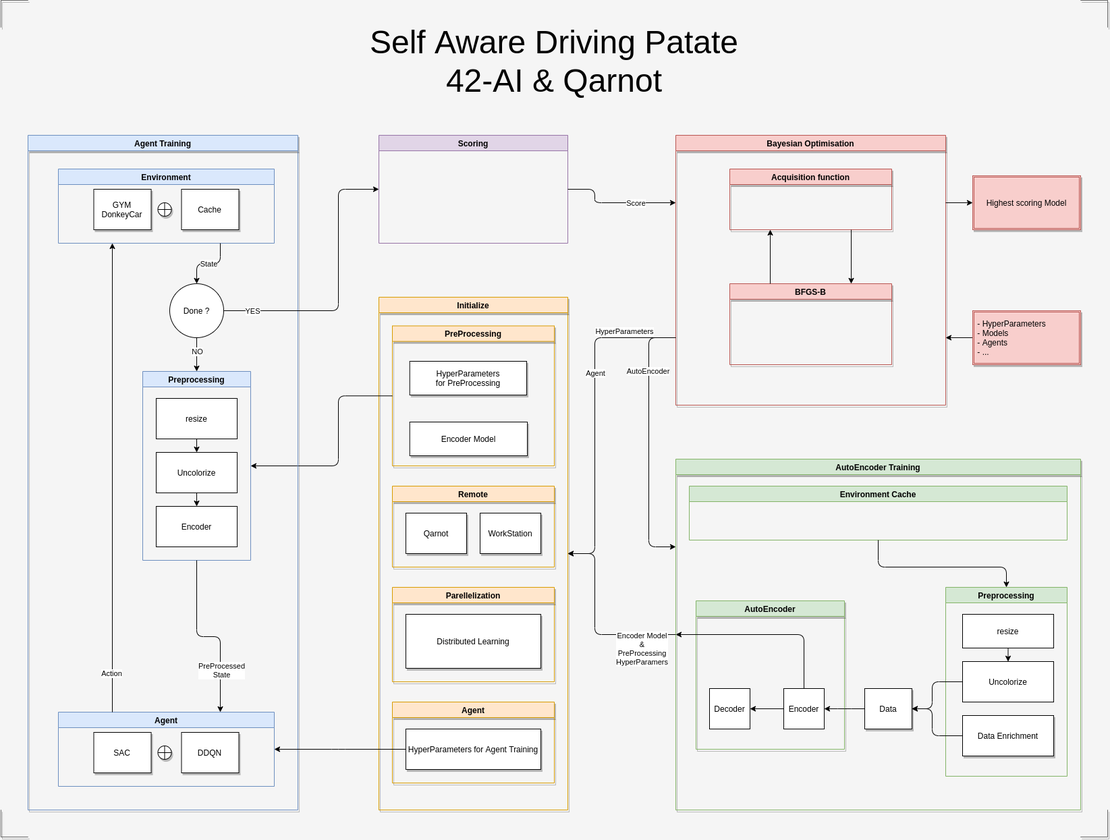
Earlier version of the draw.io export Documentation/Overview.png (JBarmentlo/Self-Aware-Driving-Patate). Source tidied: cells renumbered, new cells last; positions are measured from the earlier drawing's top-left corner, leaving out a move shared by most shapes.
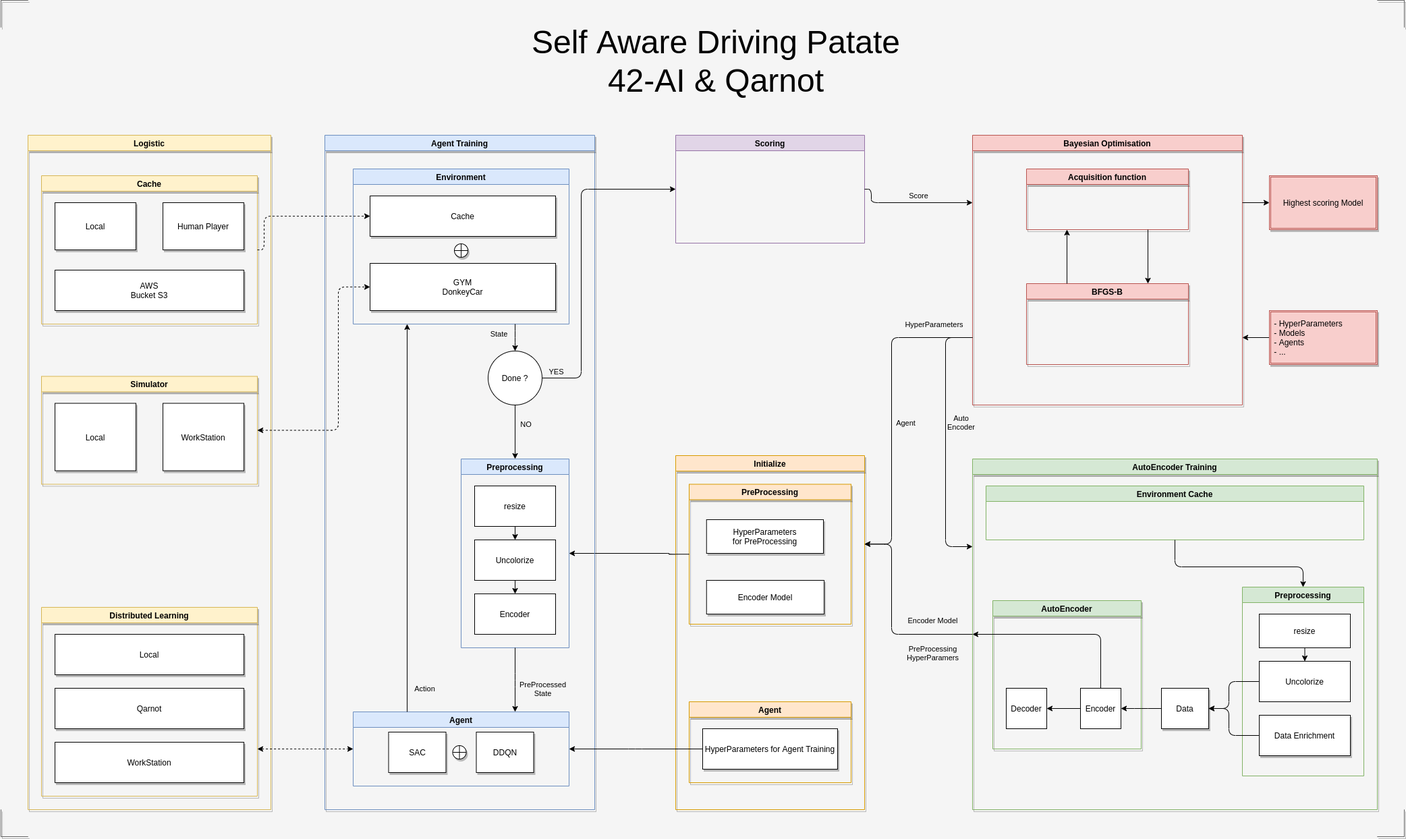
The same diagram one commit later.

Commit message:
Documentation with Logistic part, + gitignore

Change to the diagram source:
```diff
@@ -6,10 +6,10 @@
       <mxGeometry x="560" y="200" width="280" height="160" as="geometry" />
     </mxCell>
     <mxCell id="3" value="Initialize" style="swimlane;shadow=1;fillColor=#ffe6cc;strokeColor=#d79b00;" parent="1" vertex="1">
-      <mxGeometry x="560" y="440" width="280" height="760" as="geometry" />
+      <mxGeometry x="560" y="675" width="280" height="525" as="geometry" />
     </mxCell>
     <mxCell id="4" value="Agent" style="swimlane;shadow=1;fillColor=#ffe6cc;strokeColor=#d79b00;" parent="3" vertex="1">
-      <mxGeometry x="20" y="600" width="240" height="120" as="geometry" />
+      <mxGeometry x="20" y="365" width="240" height="120" as="geometry" />
     </mxCell>
     <mxCell id="5" value="&lt;span&gt;HyperParameters for Agent Training&lt;/span&gt;" style="whiteSpace=wrap;html=1;shadow=1;" parent="4" vertex="1">
       <mxGeometry x="20" y="40" width="200" height="60" as="geometry" />
@@ -23,25 +23,10 @@
     <mxCell id="8" value="Encoder Model" style="whiteSpace=wrap;html=1;shadow=1;" parent="6" vertex="1">
       <mxGeometry x="25.8" y="142.5" width="174.2" height="50" as="geometry" />
     </mxCell>
-    <mxCell id="9" value="Remote" style="swimlane;shadow=1;fillColor=#ffe6cc;strokeColor=#d79b00;" parent="3" vertex="1">
-      <mxGeometry x="20" y="280" width="240" height="120" as="geometry" />
-    </mxCell>
-    <mxCell id="10" value="&lt;span&gt;Qarnot&lt;/span&gt;" style="whiteSpace=wrap;html=1;shadow=1;" parent="9" vertex="1">
-      <mxGeometry x="20" y="40" width="90" height="60" as="geometry" />
-    </mxCell>
-    <mxCell id="11" value="&lt;span&gt;WorkStation&lt;/span&gt;" style="whiteSpace=wrap;html=1;shadow=1;" parent="9" vertex="1">
-      <mxGeometry x="130" y="40" width="90" height="60" as="geometry" />
-    </mxCell>
-    <mxCell id="12" value="Parellelization" style="swimlane;shadow=1;fillColor=#ffe6cc;strokeColor=#d79b00;" parent="3" vertex="1">
-      <mxGeometry x="20" y="430" width="240" height="140" as="geometry" />
-    </mxCell>
-    <mxCell id="13" value="&lt;span&gt;Distributed Learning&lt;/span&gt;" style="whiteSpace=wrap;html=1;shadow=1;" parent="12" vertex="1">
-      <mxGeometry x="20" y="40" width="200" height="80" as="geometry" />
-    </mxCell>
     <mxCell id="14" style="edgeStyle=elbowEdgeStyle;elbow=horizontal;endArrow=classic;html=1;exitX=0;exitY=0.5;exitDx=0;exitDy=0;entryX=1;entryY=0.5;entryDx=0;entryDy=0;" parent="1" edge="1" source="6" target="34">
       <mxGeometry relative="1" as="geometry">
         <Array as="points">
-          <mxPoint x="500" y="670" />
+          <mxPoint x="550" y="700" />
         </Array>
       </mxGeometry>
     </mxCell>
@@ -60,34 +45,35 @@
     <mxCell id="19" style="endArrow=classic;html=1;exitX=0.75;exitY=1;exitDx=0;exitDy=0;entryX=0.75;entryY=0;entryDx=0;entryDy=0;" parent="15" edge="1" source="16" target="17">
       <mxGeometry relative="1" as="geometry" />
     </mxCell>
-    <mxCell id="20" style="edgeStyle=elbowEdgeStyle;elbow=horizontal;endArrow=classic;html=1;entryX=1;entryY=0.5;entryDx=0;entryDy=0;exitX=0;exitY=0.75;exitDx=0;exitDy=0;" parent="1" edge="1" source="15" target="3">
+    <mxCell id="20" style="edgeStyle=elbowEdgeStyle;elbow=horizontal;endArrow=classic;html=1;exitX=0;exitY=0.75;exitDx=0;exitDy=0;entryX=1;entryY=0.25;entryDx=0;entryDy=0;" parent="1" edge="1" source="15" target="3">
       <mxGeometry relative="1" as="geometry">
         <Array as="points">
           <mxPoint x="880" y="700" />
         </Array>
       </mxGeometry>
     </mxCell>
-    <mxCell id="21" value="HyperParameters" style="edgeLabel;html=1;align=center;verticalAlign=middle;" parent="20" vertex="1">
+    <mxCell id="21" value="HyperParameters" style="edgeLabel;html=1;align=center;verticalAlign=middle;labelBackgroundColor=none;" parent="20" vertex="1">
       <mxGeometry x="-0.71" relative="1" as="geometry">
-        <mxPoint x="-7" y="-10" as="offset" />
+        <mxPoint x="10" y="-20" as="offset" />
       </mxGeometry>
     </mxCell>
-    <mxCell id="22" value="Agent" style="edgeLabel;html=1;align=center;verticalAlign=middle;" parent="20" vertex="1">
+    <mxCell id="22" value="Agent" style="edgeLabel;html=1;align=center;verticalAlign=middle;labelBackgroundColor=none;" parent="20" vertex="1">
       <mxGeometry x="-0.45" y="-3" relative="1" as="geometry">
-        <mxPoint x="3" y="41" as="offset" />
+        <mxPoint x="23" y="118" as="offset" />
       </mxGeometry>
     </mxCell>
     <mxCell id="23" style="edgeStyle=elbowEdgeStyle;elbow=horizontal;endArrow=classic;html=1;exitX=1;exitY=0.5;exitDx=0;exitDy=0;entryX=0;entryY=0.25;entryDx=0;entryDy=0;" parent="1" edge="1" source="2" target="15">
       <mxGeometry relative="1" as="geometry">
         <Array as="points">
+          <mxPoint x="850" y="290" />
           <mxPoint x="880" y="310" />
           <mxPoint x="880" y="320" />
         </Array>
       </mxGeometry>
     </mxCell>
-    <mxCell id="24" value="Score" style="edgeLabel;html=1;align=center;verticalAlign=middle;" parent="23" vertex="1">
+    <mxCell id="24" value="Score" style="edgeLabel;html=1;align=center;verticalAlign=middle;labelBackgroundColor=none;" parent="23" vertex="1">
       <mxGeometry x="0.67" y="2" relative="1" as="geometry">
-        <mxPoint x="-30" y="2" as="offset" />
+        <mxPoint x="-51" y="-8" as="offset" />
       </mxGeometry>
     </mxCell>
     <mxCell id="25" style="endArrow=classic;html=1;entryX=1;entryY=0.75;entryDx=0;entryDy=0;exitX=0;exitY=0.5;exitDx=0;exitDy=0;" parent="1" edge="1" source="28" target="15">
@@ -106,19 +92,19 @@
       <mxGeometry x="40" y="200" width="400" height="1000" as="geometry" />
     </mxCell>
     <mxCell id="30" value="Environment" style="swimlane;fillColor=#dae8fc;strokeColor=#6c8ebf;" parent="29" vertex="1">
-      <mxGeometry x="45" y="50" width="320" height="110" as="geometry" />
+      <mxGeometry x="42" y="50" width="320" height="230" as="geometry" />
     </mxCell>
     <mxCell id="31" value="Cache" style="whiteSpace=wrap;html=1;shadow=1;" parent="30" vertex="1">
-      <mxGeometry x="182.5" y="30" width="85" height="60" as="geometry" />
+      <mxGeometry x="25" y="40" width="275" height="60" as="geometry" />
     </mxCell>
     <mxCell id="32" value="GYM&lt;br&gt;DonkeyCar" style="whiteSpace=wrap;html=1;shadow=1;" parent="30" vertex="1">
-      <mxGeometry x="52.5" y="30" width="85" height="60" as="geometry" />
+      <mxGeometry x="25" y="140" width="275" height="70" as="geometry" />
     </mxCell>
     <mxCell id="33" style="shape=orEllipse;perimeter=ellipsePerimeter;whiteSpace=wrap;html=1;backgroundOutline=1;shadow=1;" parent="30" vertex="1">
-      <mxGeometry x="147.5" y="50" width="20" height="20" as="geometry" />
+      <mxGeometry x="150" y="111" width="20" height="20" as="geometry" />
     </mxCell>
     <mxCell id="34" value="Preprocessing" style="swimlane;fillColor=#dae8fc;strokeColor=#6c8ebf;" parent="29" vertex="1">
-      <mxGeometry x="170" y="350" width="160" height="280" as="geometry" />
+      <mxGeometry x="202" y="480" width="160" height="280" as="geometry" />
     </mxCell>
     <mxCell id="35" value="Encoder" style="whiteSpace=wrap;html=1;" parent="34" vertex="1">
       <mxGeometry x="20" y="200" width="120" height="60" as="geometry" />
@@ -136,26 +122,26 @@
       <mxGeometry relative="1" as="geometry" />
     </mxCell>
     <mxCell id="40" value="Done ?" style="ellipse;whiteSpace=wrap;html=1;" parent="29" vertex="1">
-      <mxGeometry x="210" y="220" width="80" height="80" as="geometry" />
+      <mxGeometry x="242" y="320" width="80" height="80" as="geometry" />
     </mxCell>
     <mxCell id="41" style="endArrow=classic;html=1;exitX=0.5;exitY=1;exitDx=0;exitDy=0;entryX=0.5;entryY=0;entryDx=0;entryDy=0;" parent="29" edge="1" source="40" target="34">
       <mxGeometry relative="1" as="geometry" />
     </mxCell>
-    <mxCell id="42" value="NO" style="edgeLabel;html=1;align=center;verticalAlign=middle;" parent="41" vertex="1">
+    <mxCell id="42" value="NO" style="edgeLabel;html=1;align=center;verticalAlign=middle;labelBackgroundColor=none;" parent="41" vertex="1">
       <mxGeometry x="-0.44" y="1" relative="1" as="geometry">
-        <mxPoint x="-1" y="6" as="offset" />
+        <mxPoint x="14" y="6" as="offset" />
       </mxGeometry>
     </mxCell>
     <mxCell id="43" style="edgeStyle=elbowEdgeStyle;elbow=vertical;endArrow=classic;html=1;exitX=0.75;exitY=1;exitDx=0;exitDy=0;entryX=0.5;entryY=0;entryDx=0;entryDy=0;" parent="29" edge="1" source="30" target="40">
       <mxGeometry relative="1" as="geometry" />
     </mxCell>
-    <mxCell id="44" value="State" style="edgeLabel;html=1;align=center;verticalAlign=middle;" parent="43" vertex="1">
+    <mxCell id="44" value="State" style="edgeLabel;html=1;align=center;verticalAlign=middle;labelBackgroundColor=none;" parent="43" vertex="1">
       <mxGeometry x="-0.2" y="2" relative="1" as="geometry">
-        <mxPoint x="-10" y="-2" as="offset" />
+        <mxPoint x="-27" y="-2" as="offset" />
       </mxGeometry>
     </mxCell>
     <mxCell id="45" value="Agent" style="swimlane;fillColor=#dae8fc;strokeColor=#6c8ebf;" parent="29" vertex="1">
-      <mxGeometry x="45" y="855" width="320" height="110" as="geometry" />
+      <mxGeometry x="42" y="855" width="320" height="110" as="geometry" />
     </mxCell>
     <mxCell id="46" value="DDQN" style="whiteSpace=wrap;html=1;shadow=1;" parent="45" vertex="1">
       <mxGeometry x="182.5" y="30" width="85" height="60" as="geometry" />
@@ -169,14 +155,18 @@
     <mxCell id="49" style="endArrow=classic;html=1;exitX=0.25;exitY=0;exitDx=0;exitDy=0;entryX=0.25;entryY=1;entryDx=0;entryDy=0;" parent="29" edge="1" source="45" target="30">
       <mxGeometry relative="1" as="geometry" />
     </mxCell>
-    <mxCell id="50" value="Action" style="edgeLabel;html=1;align=center;verticalAlign=middle;" parent="49" vertex="1">
-      <mxGeometry x="-0.84" y="2" relative="1" as="geometry" />
+    <mxCell id="50" value="Action" style="edgeLabel;html=1;align=center;verticalAlign=middle;labelBackgroundColor=none;" parent="49" vertex="1">
+      <mxGeometry x="-0.84" y="2" relative="1" as="geometry">
+        <mxPoint x="27" y="12" as="offset" />
+      </mxGeometry>
     </mxCell>
     <mxCell id="51" style="edgeStyle=elbowEdgeStyle;elbow=vertical;endArrow=classic;html=1;exitX=0.5;exitY=1;exitDx=0;exitDy=0;entryX=0.75;entryY=0;entryDx=0;entryDy=0;" parent="29" edge="1" source="34" target="45">
       <mxGeometry relative="1" as="geometry" />
     </mxCell>
-    <mxCell id="52" value="PreProcessed&lt;br&gt;State" style="edgeLabel;html=1;align=center;verticalAlign=middle;" parent="51" vertex="1">
-      <mxGeometry x="0.52" y="1" relative="1" as="geometry" />
+    <mxCell id="52" value="PreProcessed&lt;br&gt;State" style="edgeLabel;html=1;align=center;verticalAlign=middle;labelBackgroundColor=none;" parent="51" vertex="1">
+      <mxGeometry x="0.52" y="1" relative="1" as="geometry">
+        <mxPoint x="39" y="-12" as="offset" />
+      </mxGeometry>
     </mxCell>
     <mxCell id="53" value="AutoEncoder Training" style="swimlane;shadow=1;fillColor=#d5e8d4;strokeColor=#82b366;" parent="1" vertex="1">
       <mxGeometry x="1000" y="680" width="600" height="520" as="geometry" />
@@ -258,21 +248,21 @@
         </Array>
       </mxGeometry>
     </mxCell>
-    <mxCell id="71" value="AutoEncoder" style="edgeLabel;html=1;align=center;verticalAlign=middle;" parent="70" vertex="1">
+    <mxCell id="71" value="Auto&lt;br&gt;Encoder" style="edgeLabel;html=1;align=center;verticalAlign=middle;labelBackgroundColor=none;" parent="70" vertex="1">
       <mxGeometry x="-0.64" y="-2" relative="1" as="geometry">
-        <mxPoint y="19" as="offset" />
+        <mxPoint x="24" y="95" as="offset" />
       </mxGeometry>
     </mxCell>
-    <mxCell id="72" style="edgeStyle=elbowEdgeStyle;elbow=horizontal;endArrow=classic;html=1;exitX=0;exitY=0.5;exitDx=0;exitDy=0;entryX=1;entryY=0.5;entryDx=0;entryDy=0;" parent="1" edge="1" source="53" target="3">
+    <mxCell id="72" style="edgeStyle=elbowEdgeStyle;elbow=horizontal;endArrow=classic;html=1;exitX=0;exitY=0.5;exitDx=0;exitDy=0;entryX=1;entryY=0.25;entryDx=0;entryDy=0;" parent="1" edge="1" source="53" target="3">
       <mxGeometry relative="1" as="geometry">
         <Array as="points">
           <mxPoint x="880" y="900" />
         </Array>
       </mxGeometry>
     </mxCell>
-    <mxCell id="73" value="Encoder Model&lt;br&gt;&amp;amp;&lt;br&gt;PreProcessing&lt;br&gt;HyperParamers" style="edgeLabel;html=1;align=center;verticalAlign=middle;" parent="72" vertex="1">
+    <mxCell id="73" value="PreProcessing&lt;br&gt;HyperParamers" style="edgeLabel;html=1;align=center;verticalAlign=middle;labelBackgroundColor=none;" parent="72" vertex="1">
       <mxGeometry x="-0.36" y="-3" relative="1" as="geometry">
-        <mxPoint x="40" y="23" as="offset" />
+        <mxPoint x="34" y="30" as="offset" />
       </mxGeometry>
     </mxCell>
     <mxCell id="74" style="edgeStyle=elbowEdgeStyle;elbow=horizontal;endArrow=classic;html=1;exitX=0;exitY=0.5;exitDx=0;exitDy=0;entryX=1;entryY=0.5;entryDx=0;entryDy=0;" parent="1" edge="1" source="5" target="45">
@@ -286,29 +276,87 @@
     <mxCell id="75" style="edgeStyle=elbowEdgeStyle;elbow=horizontal;endArrow=classic;html=1;exitX=1;exitY=0.5;exitDx=0;exitDy=0;entryX=0;entryY=0.5;entryDx=0;entryDy=0;" parent="1" edge="1" source="40" target="2">
       <mxGeometry relative="1" as="geometry">
         <Array as="points">
+          <mxPoint x="420" y="420" />
           <mxPoint x="500" y="390" />
         </Array>
       </mxGeometry>
     </mxCell>
-    <mxCell id="76" value="YES" style="edgeLabel;html=1;align=center;verticalAlign=middle;" parent="75" vertex="1">
+    <mxCell id="76" value="YES" style="edgeLabel;html=1;align=center;verticalAlign=middle;labelBackgroundColor=none;" parent="75" vertex="1">
       <mxGeometry x="-0.9" y="2" relative="1" as="geometry">
-        <mxPoint x="22" y="2" as="offset" />
+        <mxPoint x="-4" y="-8" as="offset" />
       </mxGeometry>
     </mxCell>
     <mxCell id="77" value="&lt;font style=&quot;font-size: 48px&quot;&gt;Self Aware Driving Patate&lt;br&gt;42-AI &amp;amp; Qarnot&lt;/font&gt;" style="text;html=1;strokeColor=none;fillColor=none;align=center;verticalAlign=middle;whiteSpace=wrap;rounded=0;shadow=1;" parent="1" vertex="1">
-      <mxGeometry x="40" y="40" width="1560" height="100" as="geometry" />
+      <mxGeometry x="-360" y="40" width="1960" height="100" as="geometry" />
     </mxCell>
     <mxCell id="78" style="shape=corner;whiteSpace=wrap;html=1;shadow=1;fillColor=#f5f5f5;strokeColor=#666666;fontColor=#333333;dx=0;dy=0;" parent="1" vertex="1">
-      <mxGeometry width="40" height="40" as="geometry" />
+      <mxGeometry x="-440" width="40" height="40" as="geometry" />
     </mxCell>
     <mxCell id="79" style="shape=corner;whiteSpace=wrap;html=1;shadow=1;fillColor=#f5f5f5;strokeColor=#666666;fontColor=#333333;dx=0;dy=0;rotation=-180;" parent="1" vertex="1">
       <mxGeometry x="1600" y="1200" width="40" height="40" as="geometry" />
     </mxCell>
     <mxCell id="80" style="shape=corner;whiteSpace=wrap;html=1;shadow=1;fillColor=#f5f5f5;strokeColor=#666666;fontColor=#333333;dx=0;dy=0;rotation=-90;" parent="1" vertex="1">
-      <mxGeometry y="1200" width="40" height="40" as="geometry" />
+      <mxGeometry x="-440" y="1200" width="40" height="40" as="geometry" />
     </mxCell>
     <mxCell id="81" style="shape=corner;whiteSpace=wrap;html=1;shadow=1;fillColor=#f5f5f5;strokeColor=#666666;fontColor=#333333;dx=0;dy=0;rotation=90;" parent="1" vertex="1">
       <mxGeometry x="1600" width="40" height="40" as="geometry" />
     </mxCell>
+    <mxCell id="82" value="Encoder Model&lt;br&gt;" style="edgeLabel;html=1;align=center;verticalAlign=middle;labelBackgroundColor=none;" parent="1" vertex="1">
+      <mxGeometry x="940" y="920" as="geometry" />
+    </mxCell>
+    <mxCell id="83" value="Cache" style="swimlane;shadow=1;labelBackgroundColor=none;fillColor=#fff2cc;strokeColor=#d6b656;" parent="1" vertex="1">
+      <mxGeometry x="-380" y="260" width="320" height="220" as="geometry" />
+    </mxCell>
+    <mxCell id="84" value="&lt;span&gt;Local&lt;/span&gt;" style="whiteSpace=wrap;html=1;shadow=1;" parent="83" vertex="1">
+      <mxGeometry x="20" y="40" width="120" height="70" as="geometry" />
+    </mxCell>
+    <mxCell id="85" value="&lt;span&gt;AWS&lt;br&gt;Bucket S3&lt;br&gt;&lt;/span&gt;" style="whiteSpace=wrap;html=1;shadow=1;" parent="83" vertex="1">
+      <mxGeometry x="20" y="140" width="280" height="60" as="geometry" />
+    </mxCell>
+    <mxCell id="86" value="&lt;span&gt;Human Player&lt;/span&gt;" style="whiteSpace=wrap;html=1;shadow=1;" parent="83" vertex="1">
+      <mxGeometry x="180" y="40" width="120" height="70" as="geometry" />
+    </mxCell>
+    <mxCell id="87" value="Distributed Learning" style="swimlane;shadow=1;labelBackgroundColor=none;fillColor=#fff2cc;strokeColor=#d6b656;" parent="1" vertex="1">
+      <mxGeometry x="-380" y="900" width="320" height="280" as="geometry" />
+    </mxCell>
+    <mxCell id="13" value="&lt;span&gt;Local&lt;/span&gt;" style="whiteSpace=wrap;html=1;shadow=1;" parent="87" vertex="1">
+      <mxGeometry x="20" y="40" width="280" height="60" as="geometry" />
+    </mxCell>
+    <mxCell id="10" value="&lt;span&gt;Qarnot&lt;/span&gt;" style="whiteSpace=wrap;html=1;shadow=1;" parent="87" vertex="1">
+      <mxGeometry x="20" y="120" width="280" height="60" as="geometry" />
+    </mxCell>
+    <mxCell id="11" value="&lt;span&gt;WorkStation&lt;/span&gt;" style="whiteSpace=wrap;html=1;shadow=1;" parent="87" vertex="1">
+      <mxGeometry x="20" y="200" width="280" height="60" as="geometry" />
+    </mxCell>
+    <mxCell id="88" value="Logistic" style="swimlane;shadow=1;labelBackgroundColor=none;fillColor=#fff2cc;strokeColor=#d6b656;" parent="1" vertex="1">
+      <mxGeometry x="-400" y="200" width="360" height="1000" as="geometry" />
+    </mxCell>
+    <mxCell id="89" value="Simulator" style="swimlane;shadow=1;labelBackgroundColor=none;fillColor=#fff2cc;strokeColor=#d6b656;" parent="88" vertex="1">
+      <mxGeometry x="20" y="357.5" width="320" height="160" as="geometry" />
+    </mxCell>
+    <mxCell id="90" value="&lt;span&gt;Local&lt;/span&gt;" style="whiteSpace=wrap;html=1;shadow=1;" parent="89" vertex="1">
+      <mxGeometry x="20" y="40" width="120" height="100" as="geometry" />
+    </mxCell>
+    <mxCell id="91" value="&lt;span&gt;WorkStation&lt;/span&gt;" style="whiteSpace=wrap;html=1;shadow=1;" parent="89" vertex="1">
+      <mxGeometry x="180" y="40" width="120" height="100" as="geometry" />
+    </mxCell>
+    <mxCell id="92" style="endArrow=classic;startArrow=classic;html=1;dashed=1;exitX=0;exitY=0.5;exitDx=0;exitDy=0;entryX=1;entryY=0.75;entryDx=0;entryDy=0;" parent="1" edge="1" source="45" target="87">
+      <mxGeometry relative="1" as="geometry" />
+    </mxCell>
+    <mxCell id="93" style="edgeStyle=elbowEdgeStyle;elbow=horizontal;endArrow=classic;html=1;dashed=1;startArrow=classic;startFill=1;exitX=1;exitY=0.5;exitDx=0;exitDy=0;entryX=0;entryY=0.5;entryDx=0;entryDy=0;" parent="1" edge="1" source="89" target="32">
+      <mxGeometry relative="1" as="geometry">
+        <Array as="points">
+          <mxPoint x="60" y="530" />
+        </Array>
+      </mxGeometry>
+    </mxCell>
+    <mxCell id="94" style="edgeStyle=elbowEdgeStyle;elbow=horizontal;endArrow=classic;html=1;dashed=1;exitX=1;exitY=0.5;exitDx=0;exitDy=0;entryX=0;entryY=0.5;entryDx=0;entryDy=0;" parent="1" edge="1" source="83" target="31">
+      <mxGeometry relative="1" as="geometry">
+        <Array as="points">
+          <mxPoint x="-50" y="340" />
+          <mxPoint y="340" />
+        </Array>
+      </mxGeometry>
+    </mxCell>
   </root>
 </mxGraphModel>
```
